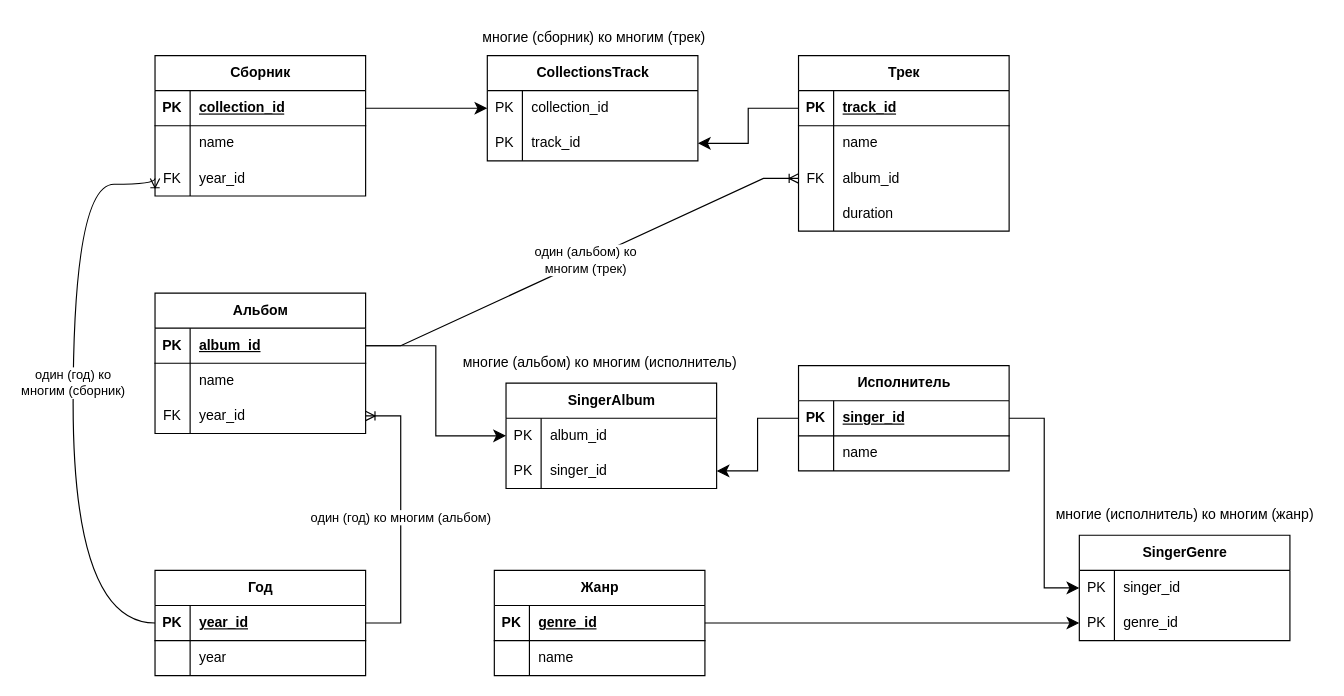
bag2000/netology-students keeps this draw.io diagram as Схема БД.drawio. Above is the earlier version. Source tidied: cells renumbered, new cells numbered last; positions are measured from the earlier drawing's top-left corner, leaving out a move shared by most shapes. Both pictures are drawn from the tidied source at 117%, with x=0, y=0 at pixel (73, 20).
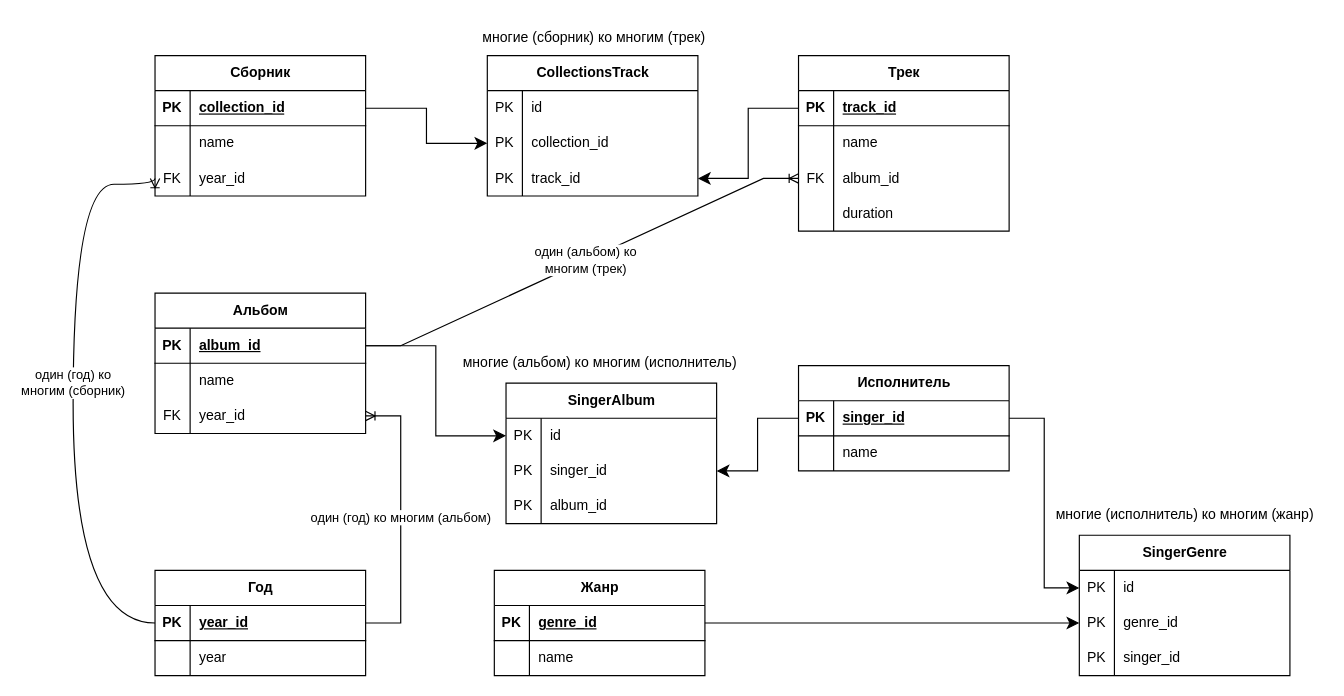
The same diagram, later.

Commit message (it also covers changes not shown here):
Изменена база (схема)

The change refers to these unchanged cells:
```xml
<mxCell id="71" style="shape=tableRow;horizontal=0;startSize=0;swimlaneHead=0;swimlaneBody=0;fillColor=none;points=[[0,0.5],[1,0.5]];portConstraint=eastwest;top=0;left=0;right=0;bottom=0;" parent="70" vertex="1">
  <mxGeometry y="30" width="180" height="30" as="geometry" />
</mxCell>
<mxCell id="83" style="shape=tableRow;horizontal=0;startSize=0;swimlaneHead=0;swimlaneBody=0;fillColor=none;points=[[0,0.5],[1,0.5]];portConstraint=eastwest;top=0;left=0;right=0;bottom=0;" parent="82" vertex="1">
  <mxGeometry y="30" width="180" height="30" as="geometry" />
</mxCell>
```

Diff of the diagram source:
```diff
@@
     <mxCell id="62" value="CollectionsTrack" style="shape=table;startSize=30;childLayout=tableLayout;rowLines=0;fontStyle=1;align=center;html=1;" parent="1" vertex="1">
-      <mxGeometry x="354" y="30" width="180" height="90" as="geometry" />
+      <mxGeometry x="354" y="30" width="180" height="120" as="geometry" />
     </mxCell>
+    <mxCell id="92" style="shape=tableRow;horizontal=0;startSize=0;swimlaneHead=0;swimlaneBody=0;fillColor=none;top=0;left=0;right=0;bottom=0;" parent="62" vertex="1">
+      <mxGeometry y="30" width="180" height="30" as="geometry" />
+    </mxCell>
+    <mxCell id="93" value="PK" style="shape=partialRectangle;fillColor=none;top=0;left=0;bottom=0;right=0;overflow=hidden;whiteSpace=wrap;html=1;" parent="92" vertex="1">
+      <mxGeometry width="30" height="30" as="geometry" />
+    </mxCell>
+    <mxCell id="94" value="id" style="shape=partialRectangle;fillColor=none;top=0;left=0;bottom=0;right=0;align=left;spacingLeft=6;overflow=hidden;whiteSpace=wrap;html=1;" parent="92" vertex="1">
+      <mxGeometry x="30" width="150" height="30" as="geometry" />
+    </mxCell>
     <mxCell id="63" style="shape=tableRow;horizontal=0;startSize=0;swimlaneHead=0;swimlaneBody=0;fillColor=none;points=[[0,0.5],[1,0.5]];portConstraint=eastwest;top=0;left=0;right=0;bottom=0;" parent="62" vertex="1">
-      <mxGeometry y="30" width="180" height="30" as="geometry" />
+      <mxGeometry y="60" width="180" height="30" as="geometry" />
     </mxCell>
@@
     <mxCell id="66" style="shape=tableRow;horizontal=0;startSize=0;swimlaneHead=0;swimlaneBody=0;fillColor=none;points=[[0,0.5],[1,0.5]];portConstraint=eastwest;top=0;left=0;right=0;bottom=0;" parent="62" vertex="1">
-      <mxGeometry y="60" width="180" height="30" as="geometry" />
+      <mxGeometry y="90" width="180" height="30" as="geometry" />
     </mxCell>
@@
     <mxCell id="70" value="SingerAlbum" style="shape=table;startSize=30;childLayout=tableLayout;rowLines=0;fontStyle=1;align=center;html=1;" parent="1" vertex="1">
-      <mxGeometry x="370" y="310" width="180" height="90" as="geometry" />
+      <mxGeometry x="370" y="310" width="180" height="120" as="geometry" />
     </mxCell>
@@
-    <mxCell id="73" value="album_id" style="shape=partialRectangle;fillColor=none;top=0;left=0;bottom=0;right=0;align=left;spacingLeft=6;overflow=hidden;whiteSpace=wrap;html=1;" parent="71" vertex="1">
+    <mxCell id="73" value="id" style="shape=partialRectangle;fillColor=none;top=0;left=0;bottom=0;right=0;align=left;spacingLeft=6;overflow=hidden;whiteSpace=wrap;html=1;" parent="71" vertex="1">
       <mxGeometry x="30" width="150" height="30" as="geometry" />
     </mxCell>
@@
+    <mxCell id="95" style="shape=tableRow;horizontal=0;startSize=0;swimlaneHead=0;swimlaneBody=0;fillColor=none;top=0;left=0;right=0;bottom=0;" parent="70" vertex="1">
+      <mxGeometry y="90" width="180" height="30" as="geometry" />
+    </mxCell>
+    <mxCell id="96" value="PK" style="shape=partialRectangle;fillColor=none;top=0;left=0;bottom=0;right=0;overflow=hidden;whiteSpace=wrap;html=1;" parent="95" vertex="1">
+      <mxGeometry width="30" height="30" as="geometry" />
+    </mxCell>
+    <mxCell id="97" value="album_id" style="shape=partialRectangle;fillColor=none;top=0;left=0;bottom=0;right=0;align=left;spacingLeft=6;overflow=hidden;whiteSpace=wrap;html=1;" parent="95" vertex="1">
+      <mxGeometry x="30" width="150" height="30" as="geometry" />
+    </mxCell>
@@
     <mxCell id="82" value="SingerGenre" style="shape=table;startSize=30;childLayout=tableLayout;rowLines=0;fontStyle=1;align=center;html=1;" parent="1" vertex="1">
-      <mxGeometry x="860" y="440" width="180" height="90" as="geometry" />
+      <mxGeometry x="860" y="440" width="180" height="120" as="geometry" />
     </mxCell>
@@
-    <mxCell id="85" value="singer_id" style="shape=partialRectangle;fillColor=none;top=0;left=0;bottom=0;right=0;align=left;spacingLeft=6;overflow=hidden;whiteSpace=wrap;html=1;" parent="83" vertex="1">
+    <mxCell id="85" value="id" style="shape=partialRectangle;fillColor=none;top=0;left=0;bottom=0;right=0;align=left;spacingLeft=6;overflow=hidden;whiteSpace=wrap;html=1;" parent="83" vertex="1">
       <mxGeometry x="30" width="150" height="30" as="geometry" />
     </mxCell>
@@
+    <mxCell id="98" style="shape=tableRow;horizontal=0;startSize=0;swimlaneHead=0;swimlaneBody=0;fillColor=none;top=0;left=0;right=0;bottom=0;" parent="82" vertex="1">
+      <mxGeometry y="90" width="180" height="30" as="geometry" />
+    </mxCell>
+    <mxCell id="99" value="PK" style="shape=partialRectangle;fillColor=none;top=0;left=0;bottom=0;right=0;overflow=hidden;whiteSpace=wrap;html=1;" parent="98" vertex="1">
+      <mxGeometry width="30" height="30" as="geometry" />
+    </mxCell>
+    <mxCell id="100" value="singer_id" style="shape=partialRectangle;fillColor=none;top=0;left=0;bottom=0;right=0;align=left;spacingLeft=6;overflow=hidden;whiteSpace=wrap;html=1;" parent="98" vertex="1">
+      <mxGeometry x="30" width="150" height="30" as="geometry" />
+    </mxCell>
```
